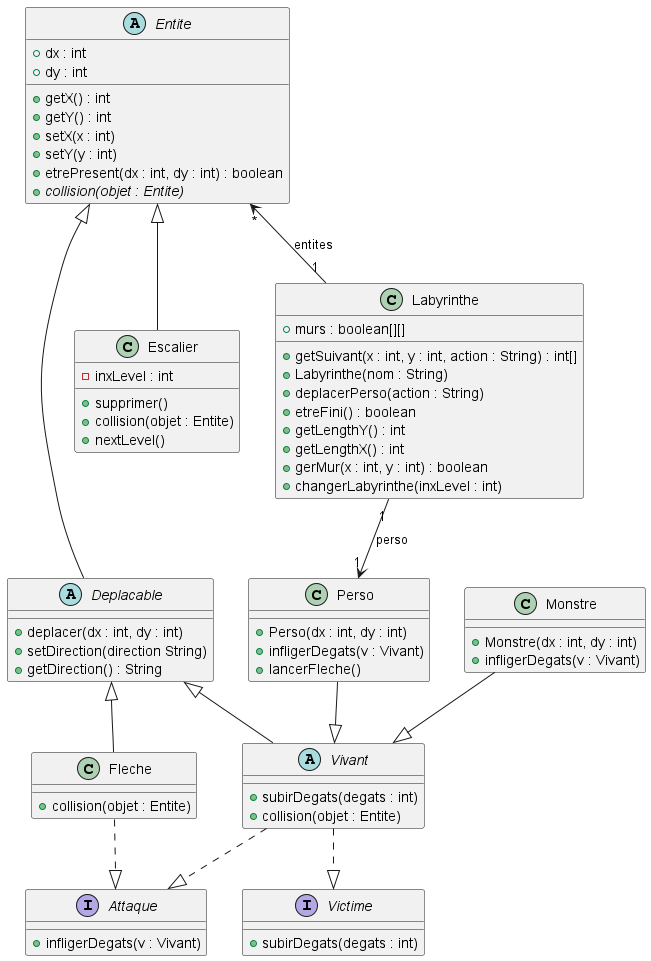
remi-choffat/2024_Zeldiablo_remi-choffat_Cesareuh_katrinltvnv keeps this PlantUML diagram as documents/version_3/diag_classe_v3.png. Above is the earlier version.
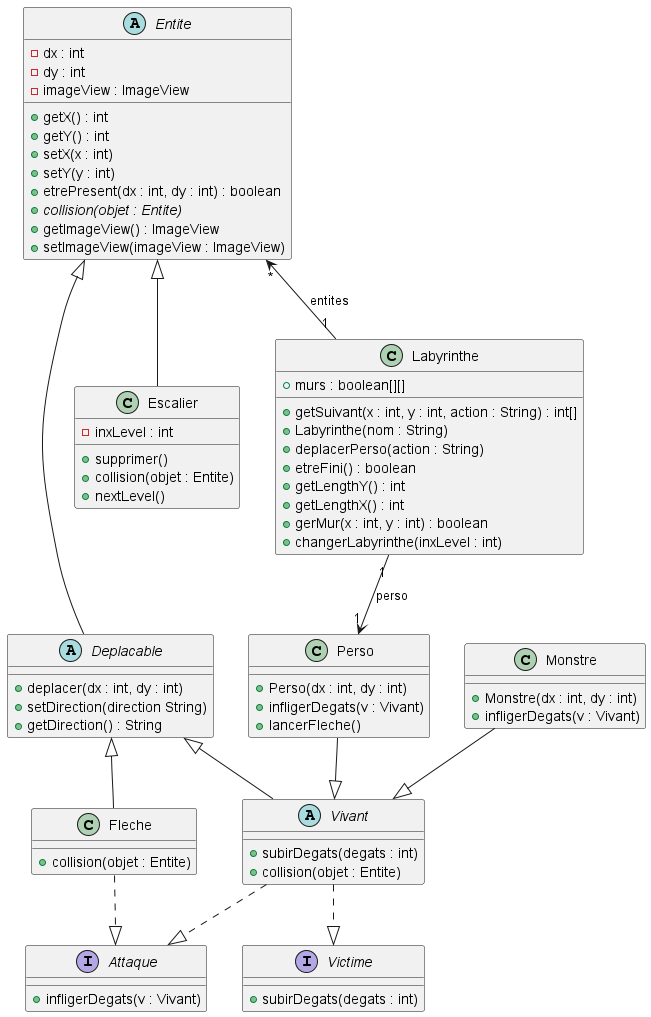
The same file after the commit.

Commit message:
Modification du diagramme de classe

What changed in the source:
```diff
@@ -1,14 +1,17 @@
 @startuml
 
 abstract class Entite{
-+dx : int
-+dy : int
+-dx : int
+-dy : int
+-imageView : ImageView
 +getX() : int
 +getY() : int
 +setX(x : int)
 +setY(y : int)
 +etrePresent(dx : int, dy : int) : boolean
 +{abstract}collision(objet : Entite)
++getImageView() : ImageView
++setImageView(imageView : ImageView)
 }
 
 abstract class Deplacable{
```
